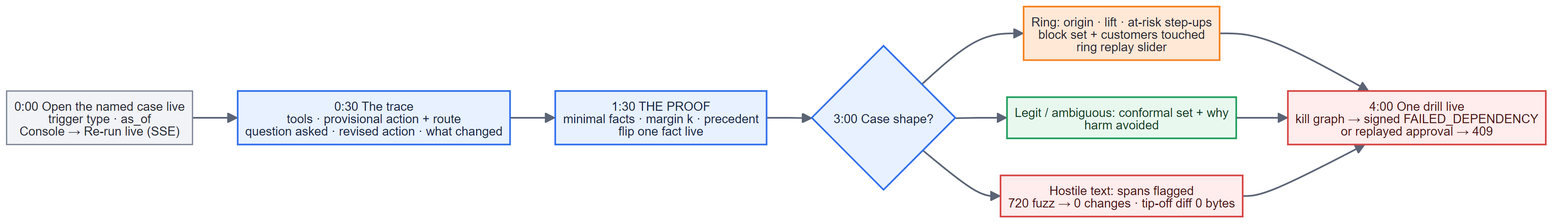
Before: docs/diagrams/15-demo-flow.png, a diagram exported from Mermaid (Prayant-M/HackerHouse_TigerGraph). Its source is kept beside it as docs/architecture/src/15-demo-flow.mmd.
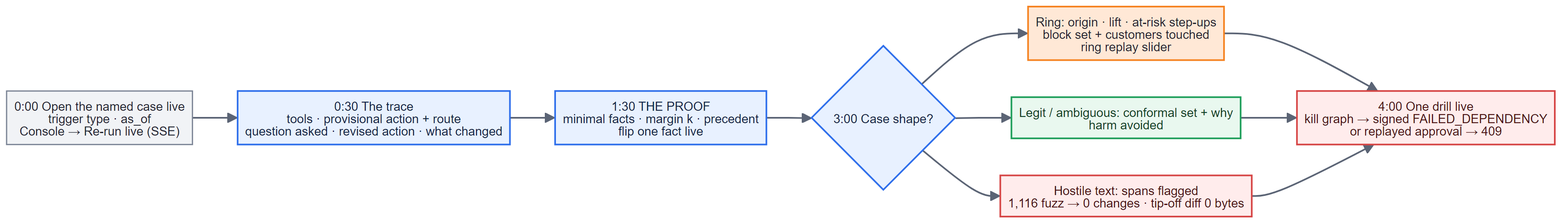
The same file after the commit.

Change to the diagram source:
```diff
@@ -11,7 +11,7 @@
   S3{"3:00 Case shape?"}:::core
   R["Ring: origin · lift · at-risk step-ups<br/>block set + customers touched<br/>ring replay slider"]:::tg
   L["Legit / ambiguous: conformal set + why<br/>harm avoided"]:::ok
-  H["Hostile text: spans flagged<br/>720 fuzz → 0 changes · tip-off diff 0 bytes"]:::guard
+  H["Hostile text: spans flagged<br/>1,116 fuzz → 0 changes · tip-off diff 0 bytes"]:::guard
   S4["4:00 One drill live<br/>kill graph → signed FAILED_DEPENDENCY<br/>or replayed approval → 409"]:::guard
   S0 --> S1 --> S2 --> S3
   S3 --> R & L & H
```
